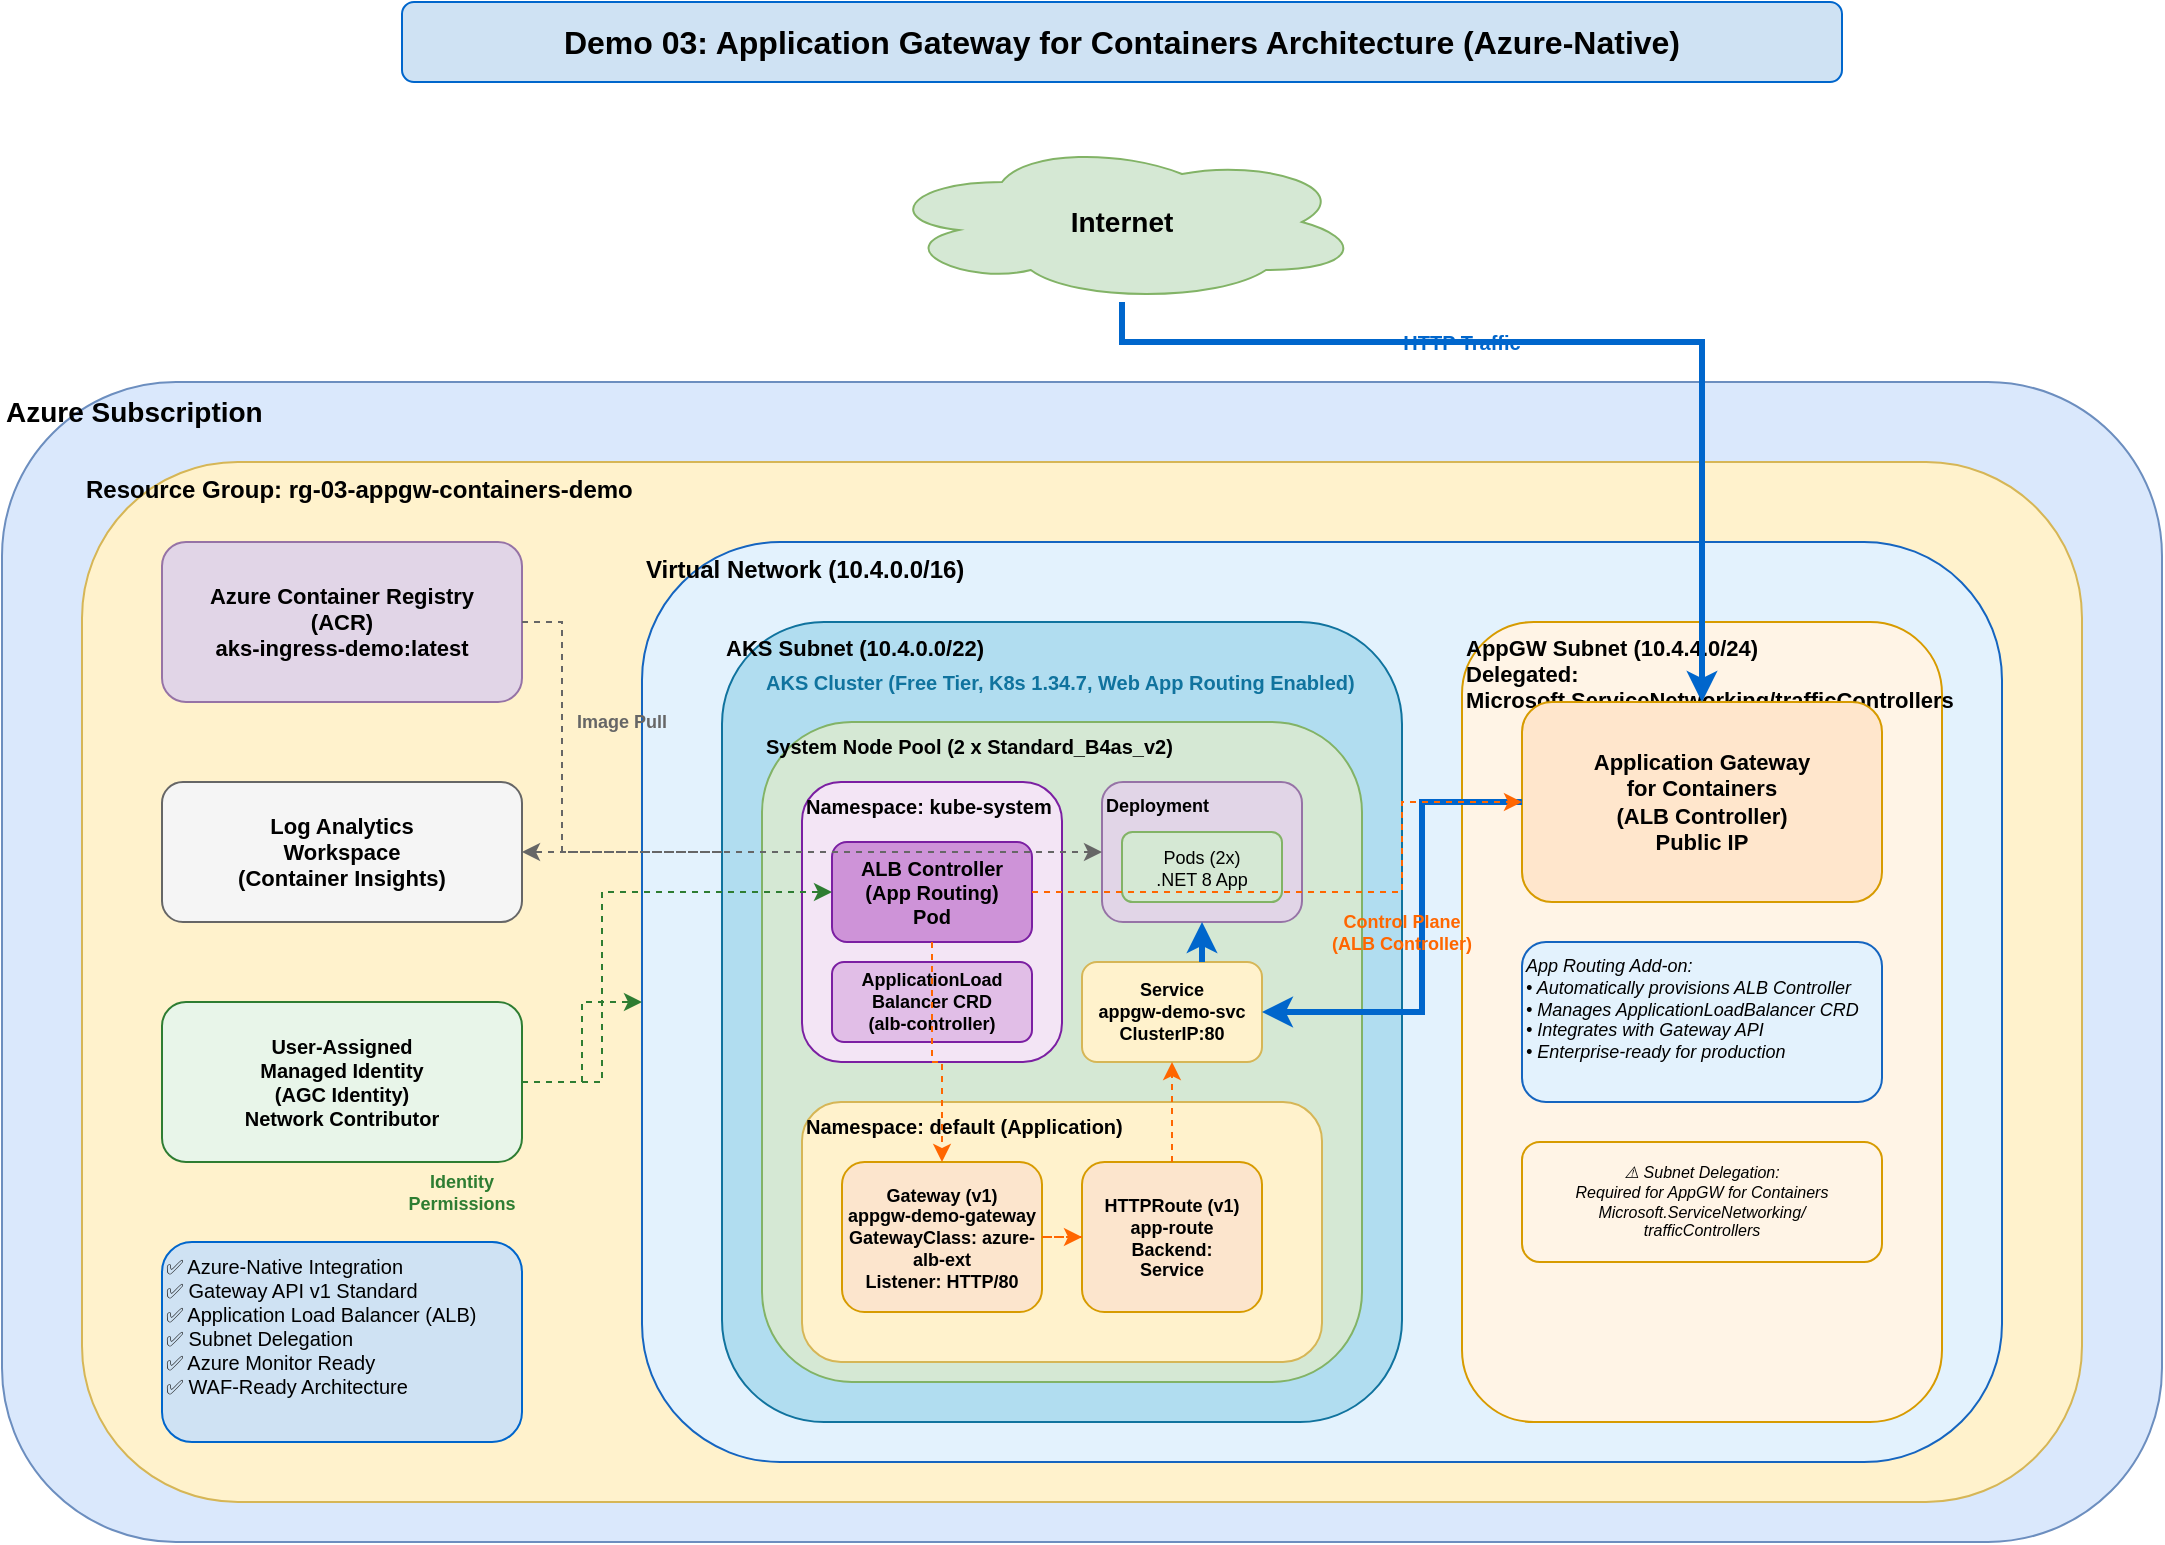
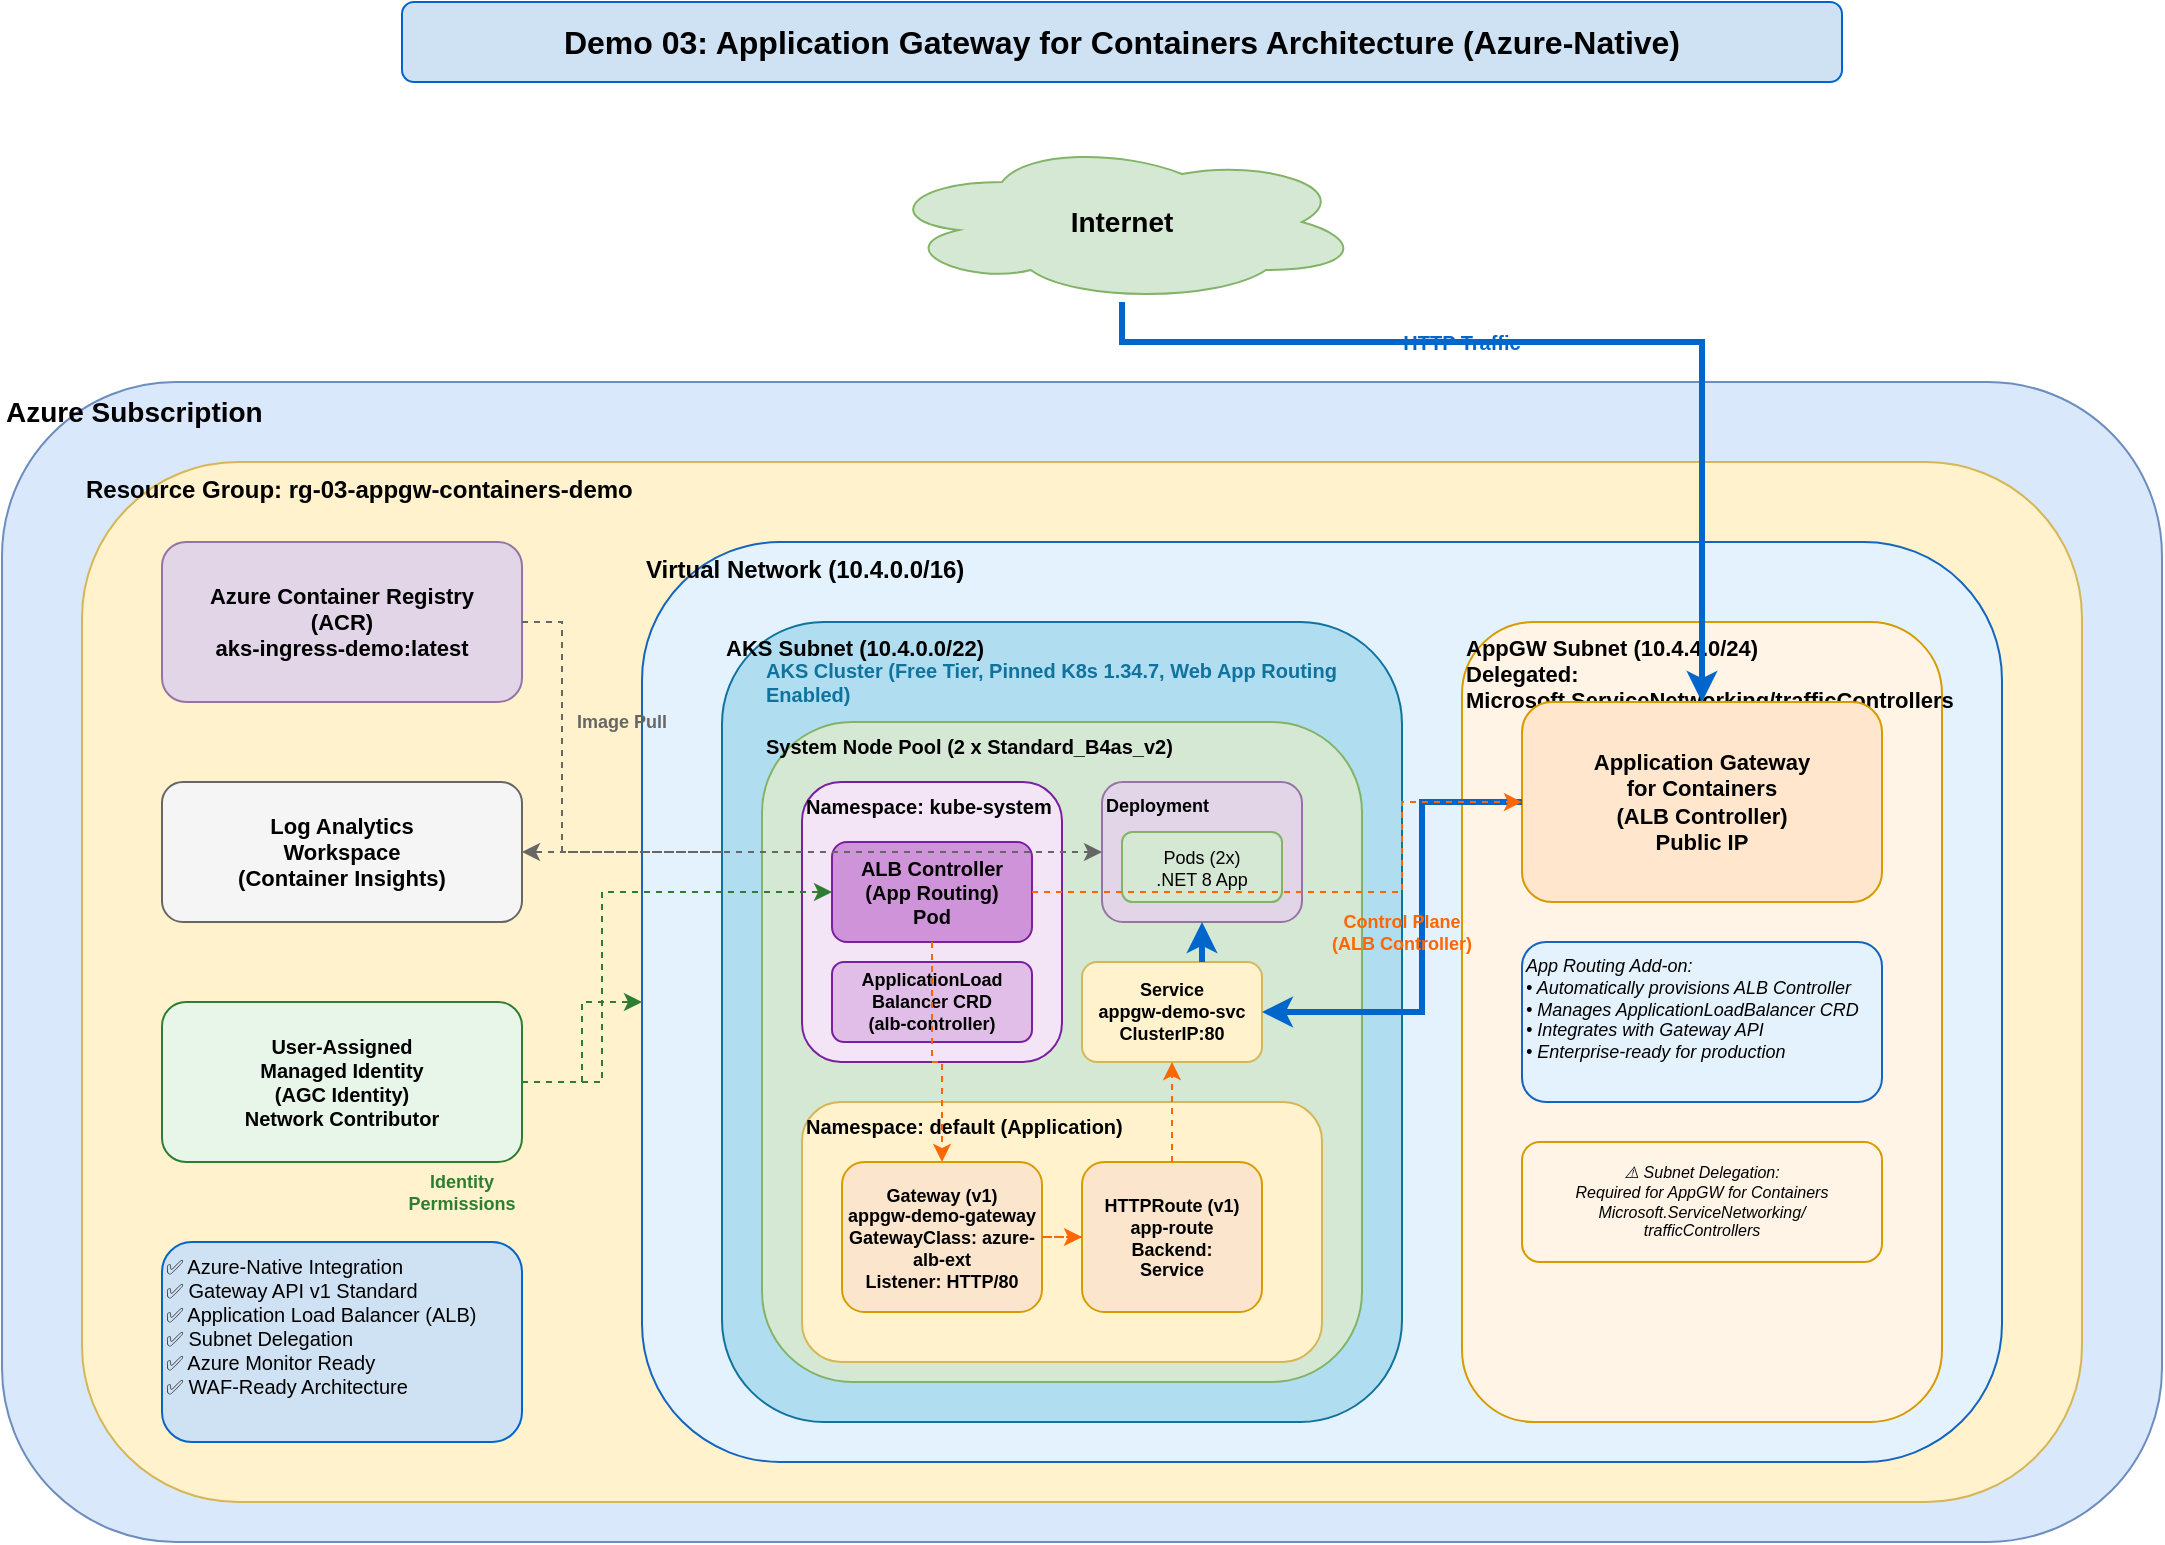
<mxfile host="app.diagrams.net" modified="2026-05-21T12:17:00.000Z" agent="draw.io" version="24.0.0">
  <diagram name="Application Gateway for Containers Architecture" id="appgw-containers-arch">
    <mxGraphModel dx="1422" dy="794" grid="1" gridSize="10" guides="1" tooltips="1" connect="1" arrows="1" fold="1" page="1" pageScale="1" pageWidth="1169" pageHeight="827" math="0" shadow="0">
      <root>
        <mxCell id="0" />
        <mxCell id="1" parent="0" />

        <!-- Title -->
        <mxCell id="title" value="Demo 03: Application Gateway for Containers Architecture (Azure-Native)" style="text;html=1;strokeColor=#0066cc;fillColor=#cfe2f3;align=center;verticalAlign=middle;whiteSpace=wrap;rounded=1;fontStyle=1;fontSize=16;" vertex="1" parent="1">
          <mxGeometry x="240" y="30" width="720" height="40" as="geometry" />
        </mxCell>

        <!-- Internet Cloud -->
        <mxCell id="internet" value="Internet" style="ellipse;shape=cloud;whiteSpace=wrap;html=1;fillColor=#d5e8d4;strokeColor=#82b366;fontSize=14;fontStyle=1" vertex="1" parent="1">
          <mxGeometry x="480" y="100" width="240" height="80" as="geometry" />
        </mxCell>

        <!-- Azure Subscription Box -->
        <mxCell id="azure-sub" value="Azure Subscription" style="rounded=1;whiteSpace=wrap;html=1;fillColor=#dae8fc;strokeColor=#6c8ebf;verticalAlign=top;fontStyle=1;fontSize=14;align=left;" vertex="1" parent="1">
          <mxGeometry x="40" y="220" width="1080" height="580" as="geometry" />
        </mxCell>

        <!-- Resource Group -->
        <mxCell id="rg" value="Resource Group: rg-03-appgw-containers-demo" style="rounded=1;whiteSpace=wrap;html=1;fillColor=#fff2cc;strokeColor=#d6b656;verticalAlign=top;fontStyle=1;fontSize=12;align=left;" vertex="1" parent="1">
          <mxGeometry x="80" y="260" width="1000" height="520" as="geometry" />
        </mxCell>

        <!-- Virtual Network -->
        <mxCell id="vnet" value="Virtual Network (10.4.0.0/16)" style="rounded=1;whiteSpace=wrap;html=1;fillColor=#e3f2fd;strokeColor=#1565c0;verticalAlign=top;fontStyle=1;fontSize=12;align=left;" vertex="1" parent="1">
          <mxGeometry x="360" y="300" width="680" height="460" as="geometry" />
        </mxCell>

        <!-- AKS Subnet -->
        <mxCell id="aks-subnet" value="AKS Subnet (10.4.0.0/22)" style="rounded=1;whiteSpace=wrap;html=1;fillColor=#b1ddf0;strokeColor=#10739e;verticalAlign=top;fontStyle=1;fontSize=11;align=left;" vertex="1" parent="1">
          <mxGeometry x="400" y="340" width="340" height="400" as="geometry" />
        </mxCell>

        <!-- AppGW Subnet -->
        <mxCell id="appgw-subnet" value="AppGW Subnet (10.4.4.0/24)&#xa;Delegated: Microsoft.ServiceNetworking/trafficControllers" style="rounded=1;whiteSpace=wrap;html=1;fillColor=#fff4e6;strokeColor=#d79b00;verticalAlign=top;fontStyle=1;fontSize=11;align=left;" vertex="1" parent="1">
          <mxGeometry x="770" y="340" width="240" height="400" as="geometry" />
        </mxCell>

        <!-- Azure Container Registry -->
        <mxCell id="acr" value="Azure Container Registry&#xa;(ACR)&#xa;aks-ingress-demo:latest" style="rounded=1;whiteSpace=wrap;html=1;fillColor=#e1d5e7;strokeColor=#9673a6;fontSize=11;fontStyle=1" vertex="1" parent="1">
          <mxGeometry x="120" y="300" width="180" height="80" as="geometry" />
        </mxCell>

        <!-- Application Gateway for Containers -->
        <mxCell id="appgw" value="Application Gateway&#xa;for Containers&#xa;(ALB Controller)&#xa;Public IP" style="rounded=1;whiteSpace=wrap;html=1;fillColor=#ffe6cc;strokeColor=#d79b00;fontSize=11;fontStyle=1" vertex="1" parent="1">
          <mxGeometry x="800" y="380" width="180" height="100" as="geometry" />
        </mxCell>

        <!-- AKS Cluster -->
-         <mxCell id="aks-label" value="AKS Cluster (Free Tier, K8s 1.34.7, Web App Routing Enabled)" style="text;html=1;strokeColor=none;fillColor=none;align=left;verticalAlign=middle;whiteSpace=wrap;fontSize=10;fontStyle=1;fontColor=#10739e" vertex="1" parent="1">
+         <mxCell id="aks-label" value="AKS Cluster (Free Tier, Pinned K8s 1.34.7, Web App Routing Enabled)" style="text;html=1;strokeColor=none;fillColor=none;align=left;verticalAlign=middle;whiteSpace=wrap;fontSize=10;fontStyle=1;fontColor=#10739e" vertex="1" parent="1">
          <mxGeometry x="420" y="360" width="300" height="20" as="geometry" />
        </mxCell>

        <!-- System Node Pool -->
        <mxCell id="nodepool" value="System Node Pool (2 x Standard_B4as_v2)" style="rounded=1;whiteSpace=wrap;html=1;fillColor=#d5e8d4;strokeColor=#82b366;verticalAlign=top;fontStyle=1;fontSize=10;align=left;" vertex="1" parent="1">
          <mxGeometry x="420" y="390" width="300" height="330" as="geometry" />
        </mxCell>

        <!-- Namespace: kube-system -->
        <mxCell id="kube-system" value="Namespace: kube-system" style="rounded=1;whiteSpace=wrap;html=1;fillColor=#f3e5f5;strokeColor=#7b1fa2;verticalAlign=top;fontStyle=1;fontSize=10;align=left;" vertex="1" parent="1">
          <mxGeometry x="440" y="420" width="130" height="140" as="geometry" />
        </mxCell>

        <!-- ALB Controller -->
        <mxCell id="alb-controller" value="ALB Controller&#xa;(App Routing)&#xa;Pod" style="rounded=1;whiteSpace=wrap;html=1;fillColor=#ce93d8;strokeColor=#7b1fa2;fontSize=10;fontStyle=1" vertex="1" parent="1">
          <mxGeometry x="455" y="450" width="100" height="50" as="geometry" />
        </mxCell>

        <!-- ApplicationLoadBalancer CRD -->
        <mxCell id="alb-crd" value="ApplicationLoad&#xa;Balancer CRD&#xa;(alb-controller)" style="rounded=1;whiteSpace=wrap;html=1;fillColor=#e1bee7;strokeColor=#7b1fa2;fontSize=9;fontStyle=1" vertex="1" parent="1">
          <mxGeometry x="455" y="510" width="100" height="40" as="geometry" />
        </mxCell>

        <!-- Namespace: default -->
        <mxCell id="default-ns" value="Namespace: default (Application)" style="rounded=1;whiteSpace=wrap;html=1;fillColor=#fff2cc;strokeColor=#d6b656;verticalAlign=top;fontStyle=1;fontSize=10;align=left;" vertex="1" parent="1">
          <mxGeometry x="440" y="580" width="260" height="130" as="geometry" />
        </mxCell>

        <!-- Gateway Resource -->
        <mxCell id="gateway" value="Gateway (v1)&#xa;appgw-demo-gateway&#xa;GatewayClass: azure-alb-ext&#xa;Listener: HTTP/80" style="rounded=1;whiteSpace=wrap;html=1;fillColor=#fce5cd;strokeColor=#d79b00;fontSize=9;fontStyle=1" vertex="1" parent="1">
          <mxGeometry x="460" y="610" width="100" height="75" as="geometry" />
        </mxCell>

        <!-- HTTPRoute -->
        <mxCell id="httproute" value="HTTPRoute (v1)&#xa;app-route&#xa;Backend:&#xa;Service" style="rounded=1;whiteSpace=wrap;html=1;fillColor=#fce5cd;strokeColor=#d79b00;fontSize=9;fontStyle=1" vertex="1" parent="1">
          <mxGeometry x="580" y="610" width="90" height="75" as="geometry" />
        </mxCell>

        <!-- Service -->
        <mxCell id="service" value="Service&#xa;appgw-demo-svc&#xa;ClusterIP:80" style="rounded=1;whiteSpace=wrap;html=1;fillColor=#fff2cc;strokeColor=#d6b656;fontSize=9;fontStyle=1" vertex="1" parent="1">
          <mxGeometry x="580" y="510" width="90" height="50" as="geometry" />
        </mxCell>

        <!-- Deployment -->
        <mxCell id="deployment" value="Deployment" style="rounded=1;whiteSpace=wrap;html=1;fillColor=#e1d5e7;strokeColor=#9673a6;verticalAlign=top;fontStyle=1;fontSize=9;align=left;" vertex="1" parent="1">
          <mxGeometry x="590" y="420" width="100" height="70" as="geometry" />
        </mxCell>

        <mxCell id="pods" value="Pods (2x)&#xa;.NET 8 App" style="rounded=1;whiteSpace=wrap;html=1;fillColor=#d5e8d4;strokeColor=#82b366;fontSize=9" vertex="1" parent="1">
          <mxGeometry x="600" y="445" width="80" height="35" as="geometry" />
        </mxCell>

        <!-- Log Analytics -->
        <mxCell id="logs" value="Log Analytics&#xa;Workspace&#xa;(Container Insights)" style="rounded=1;whiteSpace=wrap;html=1;fillColor=#f5f5f5;strokeColor=#666666;fontSize=11;fontStyle=1" vertex="1" parent="1">
          <mxGeometry x="120" y="420" width="180" height="70" as="geometry" />
        </mxCell>

        <!-- User Managed Identity -->
        <mxCell id="identity" value="User-Assigned&#xa;Managed Identity&#xa;(AGC Identity)&#xa;Network Contributor" style="rounded=1;whiteSpace=wrap;html=1;fillColor=#e8f5e9;strokeColor=#2e7d32;fontSize=10;fontStyle=1" vertex="1" parent="1">
          <mxGeometry x="120" y="530" width="180" height="80" as="geometry" />
        </mxCell>

        <!-- Traffic Arrows -->
        <mxCell id="arrow1" style="edgeStyle=orthogonalEdgeStyle;rounded=0;orthogonalLoop=1;jettySize=auto;html=1;strokeWidth=3;strokeColor=#0066CC;" edge="1" parent="1" source="internet" target="appgw">
          <mxGeometry relative="1" as="geometry">
            <Array as="points">
              <mxPoint x="600" y="200" />
              <mxPoint x="890" y="200" />
            </Array>
          </mxGeometry>
        </mxCell>

        <mxCell id="arrow2" style="edgeStyle=orthogonalEdgeStyle;rounded=0;orthogonalLoop=1;jettySize=auto;html=1;strokeWidth=3;strokeColor=#0066CC;" edge="1" parent="1" source="appgw" target="service">
          <mxGeometry relative="1" as="geometry">
            <Array as="points">
              <mxPoint x="750" y="430" />
              <mxPoint x="750" y="535" />
            </Array>
          </mxGeometry>
        </mxCell>

        <mxCell id="arrow3" style="edgeStyle=orthogonalEdgeStyle;rounded=0;orthogonalLoop=1;jettySize=auto;html=1;strokeWidth=3;strokeColor=#0066CC;" edge="1" parent="1" source="service" target="deployment">
          <mxGeometry relative="1" as="geometry">
            <Array as="points">
              <mxPoint x="640" y="505" />
              <mxPoint x="640" y="505" />
            </Array>
          </mxGeometry>
        </mxCell>

        <!-- Control Plane Arrows -->
        <mxCell id="arrow4" style="edgeStyle=orthogonalEdgeStyle;rounded=0;orthogonalLoop=1;jettySize=auto;html=1;strokeWidth=1;strokeColor=#FF6600;dashed=1;" edge="1" parent="1" source="alb-controller" target="appgw">
          <mxGeometry relative="1" as="geometry">
            <Array as="points">
              <mxPoint x="740" y="475" />
              <mxPoint x="740" y="430" />
            </Array>
          </mxGeometry>
        </mxCell>

        <mxCell id="arrow5" style="edgeStyle=orthogonalEdgeStyle;rounded=0;orthogonalLoop=1;jettySize=auto;html=1;strokeWidth=1;strokeColor=#FF6600;dashed=1;" edge="1" parent="1" source="alb-controller" target="gateway">
          <mxGeometry relative="1" as="geometry">
            <Array as="points">
              <mxPoint x="505" y="560" />
              <mxPoint x="510" y="560" />
            </Array>
          </mxGeometry>
        </mxCell>

        <mxCell id="arrow6" style="edgeStyle=orthogonalEdgeStyle;rounded=0;orthogonalLoop=1;jettySize=auto;html=1;strokeWidth=1;strokeColor=#FF6600;dashed=1;" edge="1" parent="1" source="gateway" target="httproute">
          <mxGeometry relative="1" as="geometry" />
        </mxCell>

        <mxCell id="arrow7" style="edgeStyle=orthogonalEdgeStyle;rounded=0;orthogonalLoop=1;jettySize=auto;html=1;strokeWidth=1;strokeColor=#FF6600;dashed=1;" edge="1" parent="1" source="httproute" target="service">
          <mxGeometry relative="1" as="geometry">
            <Array as="points">
              <mxPoint x="625" y="590" />
              <mxPoint x="625" y="590" />
            </Array>
          </mxGeometry>
        </mxCell>

        <!-- ACR Pull Arrow -->
        <mxCell id="arrow8" style="edgeStyle=orthogonalEdgeStyle;rounded=0;orthogonalLoop=1;jettySize=auto;html=1;strokeWidth=1;strokeColor=#666666;dashed=1;" edge="1" parent="1" source="acr" target="deployment">
          <mxGeometry relative="1" as="geometry">
            <Array as="points">
              <mxPoint x="320" y="340" />
              <mxPoint x="320" y="455" />
            </Array>
          </mxGeometry>
        </mxCell>

        <!-- Monitoring Arrow -->
        <mxCell id="arrow9" style="edgeStyle=orthogonalEdgeStyle;rounded=0;orthogonalLoop=1;jettySize=auto;html=1;strokeWidth=1;strokeColor=#666666;dashed=1;" edge="1" parent="1" source="aks-subnet" target="logs">
          <mxGeometry relative="1" as="geometry">
            <Array as="points">
              <mxPoint x="340" y="455" />
              <mxPoint x="340" y="455" />
            </Array>
          </mxGeometry>
        </mxCell>

        <!-- Identity Arrow -->
        <mxCell id="arrow10" style="edgeStyle=orthogonalEdgeStyle;rounded=0;orthogonalLoop=1;jettySize=auto;html=1;strokeWidth=1;strokeColor=#2e7d32;dashed=1;" edge="1" parent="1" source="identity" target="vnet">
          <mxGeometry relative="1" as="geometry">
            <Array as="points">
              <mxPoint x="330" y="570" />
              <mxPoint x="330" y="530" />
            </Array>
          </mxGeometry>
        </mxCell>

        <mxCell id="arrow11" style="edgeStyle=orthogonalEdgeStyle;rounded=0;orthogonalLoop=1;jettySize=auto;html=1;strokeWidth=1;strokeColor=#2e7d32;dashed=1;" edge="1" parent="1" source="identity" target="alb-controller">
          <mxGeometry relative="1" as="geometry">
            <Array as="points">
              <mxPoint x="340" y="570" />
              <mxPoint x="340" y="475" />
            </Array>
          </mxGeometry>
        </mxCell>

        <!-- Labels -->
        <mxCell id="label1" value="HTTP Traffic" style="text;html=1;align=center;verticalAlign=middle;whiteSpace=wrap;fontSize=10;fontColor=#0066CC;fontStyle=1" vertex="1" parent="1">
          <mxGeometry x="730" y="190" width="80" height="20" as="geometry" />
        </mxCell>

        <mxCell id="label2" value="Control Plane&#xa;(ALB Controller)" style="text;html=1;align=center;verticalAlign=middle;whiteSpace=wrap;fontSize=9;fontColor=#FF6600;fontStyle=1" vertex="1" parent="1">
          <mxGeometry x="700" y="480" width="80" height="30" as="geometry" />
        </mxCell>

        <mxCell id="label3" value="Image Pull" style="text;html=1;align=center;verticalAlign=middle;whiteSpace=wrap;fontSize=9;fontColor=#666666;fontStyle=1" vertex="1" parent="1">
          <mxGeometry x="320" y="380" width="60" height="20" as="geometry" />
        </mxCell>

        <mxCell id="label4" value="Identity Permissions" style="text;html=1;align=center;verticalAlign=middle;whiteSpace=wrap;fontSize=9;fontColor=#2e7d32;fontStyle=1" vertex="1" parent="1">
          <mxGeometry x="240" y="610" width="60" height="30" as="geometry" />
        </mxCell>

        <!-- Key Features Box -->
        <mxCell id="features" value="✅ Azure-Native Integration&#xa;✅ Gateway API v1 Standard&#xa;✅ Application Load Balancer (ALB)&#xa;✅ Subnet Delegation&#xa;✅ Azure Monitor Ready&#xa;✅ WAF-Ready Architecture" style="text;html=1;strokeColor=#0066cc;fillColor=#cfe2f3;align=left;verticalAlign=top;whiteSpace=wrap;rounded=1;fontSize=10;fontStyle=0" vertex="1" parent="1">
          <mxGeometry x="120" y="650" width="180" height="100" as="geometry" />
        </mxCell>

        <!-- Architecture Note -->
        <mxCell id="note" value="App Routing Add-on:&#xa;• Automatically provisions ALB Controller&#xa;• Manages ApplicationLoadBalancer CRD&#xa;• Integrates with Gateway API&#xa;• Enterprise-ready for production" style="text;html=1;strokeColor=#1565c0;fillColor=#e3f2fd;align=left;verticalAlign=top;whiteSpace=wrap;rounded=1;fontSize=9;fontStyle=2" vertex="1" parent="1">
          <mxGeometry x="800" y="500" width="180" height="80" as="geometry" />
        </mxCell>

        <!-- Delegated Subnet Notice -->
        <mxCell id="delegation" value="⚠️ Subnet Delegation:&#xa;Required for AppGW for Containers&#xa;Microsoft.ServiceNetworking/&#xa;trafficControllers" style="text;html=1;strokeColor=#d79b00;fillColor=#fff4e6;align=center;verticalAlign=middle;whiteSpace=wrap;rounded=1;fontSize=8;fontStyle=2" vertex="1" parent="1">
          <mxGeometry x="800" y="600" width="180" height="60" as="geometry" />
        </mxCell>

      </root>
    </mxGraphModel>
  </diagram>
</mxfile>
